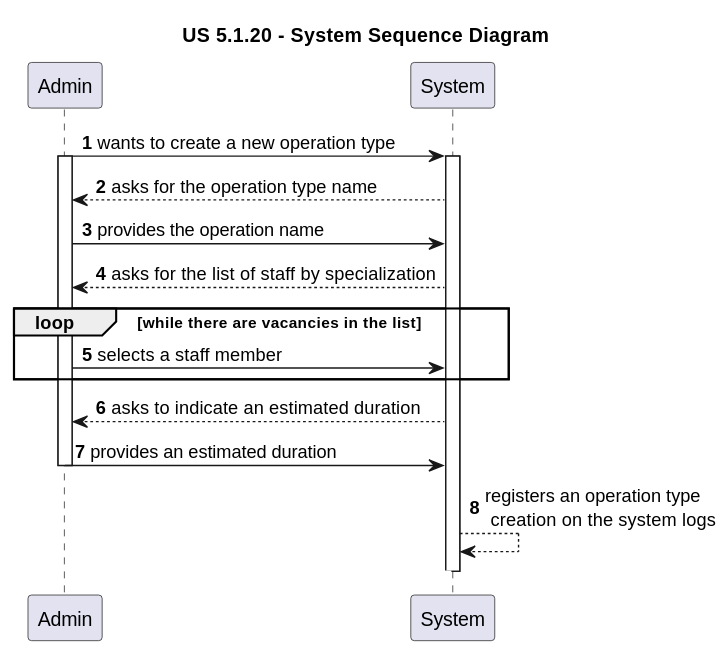
This is docs/sprint-1/us-5.1.20/diagrams/SSD/us_5.1.20_system_sequence_diagram.svg from rita-barbosa/LAPR5-2425, a PlantUML export, as it was before one commit. Its diagram source:
```plantuml
@startuml

title "US 5.1.20 - System Sequence Diagram"

autonumber

participant Admin as ADM
participant System as SYS

ADM -> SYS : wants to create a new operation type
activate ADM
activate SYS

SYS --> ADM : asks for the operation type name

ADM -> SYS : provides the operation name

SYS --> ADM : asks for the list of staff by specialization

loop while there are vacancies in the list

ADM -> SYS : selects a staff member

end loop

SYS --> ADM : asks to indicate an estimated duration

ADM -> SYS : provides an estimated duration

deactivate ADM

SYS --> SYS : registers an operation type\n creation on the system logs

autonumber stop
SYS -[#white]> ADM

deactivate SYS
@enduml
```
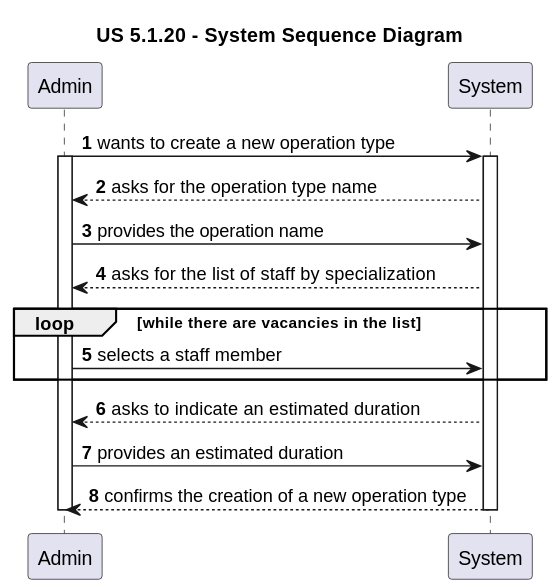
The same file after the commit.

The edit, as a diff of the source:
```diff
@@ -27,12 +27,8 @@
 
 ADM -> SYS : provides an estimated duration
 
+SYS --> ADM : confirms the creation of a new operation type
+
 deactivate ADM
-
-SYS --> SYS : registers an operation type\n creation on the system logs
-
-autonumber stop
-SYS -[#white]> ADM
-
 deactivate SYS
 @enduml
```
